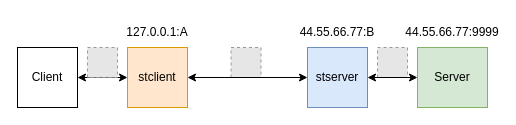
The draw.io diagram page "connection_with_stunnel" (2 of 3) of doc/stunnel.drawio in 0990/stunnel, before the edit. Source tidied: cells renumbered, new cells numbered last; positions are measured from the earlier drawing's top-left corner, leaving out a move shared by most shapes. Both pictures are drawn from the tidied source at 100%, with x=0, y=0 at pixel (17, 17). Pictures stored in the file or linked from it are replaced by grey dashed boxes.
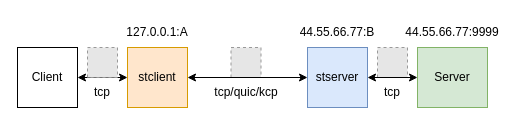
After the change.

The edit, as a diff of the source:
```diff
@@
 <mxGraphModel>
   <root>
     <mxCell id="0" />
     <mxCell id="1" parent="0" />
     <mxCell id="2" value="Client" style="rounded=0;whiteSpace=wrap;html=1;" parent="1" vertex="1">
       <mxGeometry y="30" width="60" height="60" as="geometry" />
     </mxCell>
     <mxCell id="3" value="Server" style="rounded=0;whiteSpace=wrap;html=1;fillColor=#d5e8d4;strokeColor=#82b366;" parent="1" vertex="1">
       <mxGeometry x="400" y="30" width="70" height="60" as="geometry" />
     </mxCell>
     <mxCell id="4" value="44.55.66.77:9999" style="text;html=1;strokeColor=none;fillColor=none;align=center;verticalAlign=middle;whiteSpace=wrap;rounded=0;" parent="1" vertex="1">
       <mxGeometry x="405" width="60" height="30" as="geometry" />
     </mxCell>
     <mxCell id="5" style="fillColor=#E6E6E6;strokeColor=#999999;dashed=1;html=1;verticalAlign=top;verticalLabelPosition=bottom;labelBackgroundColor=#ffffff;" parent="1" vertex="1">
       <mxGeometry x="360" y="30" width="30" height="30" as="geometry" />
     </mxCell>
     <mxCell id="6" value="stclient" style="rounded=0;whiteSpace=wrap;html=1;fillColor=#ffe6cc;strokeColor=#d79b00;" parent="1" vertex="1">
       <mxGeometry x="110" y="30" width="60" height="60" as="geometry" />
     </mxCell>
     <mxCell id="7" value="stserver" style="rounded=0;whiteSpace=wrap;html=1;fillColor=#dae8fc;strokeColor=#6c8ebf;" parent="1" vertex="1">
       <mxGeometry x="290" y="30" width="60" height="60" as="geometry" />
     </mxCell>
     <mxCell id="8" style="fillColor=#E6E6E6;strokeColor=#999999;dashed=1;html=1;verticalAlign=top;verticalLabelPosition=bottom;labelBackgroundColor=#ffffff;" parent="1" vertex="1">
       <mxGeometry x="213.5" y="30" width="30" height="30" as="geometry" />
     </mxCell>
     <mxCell id="9" style="endArrow=classic;startArrow=classic;html=1;rounded=0;exitX=1;exitY=0.5;exitDx=0;exitDy=0;entryX=0;entryY=0.5;entryDx=0;entryDy=0;" parent="1" edge="1" source="2" target="6">
       <mxGeometry relative="1" as="geometry" />
     </mxCell>
     <mxCell id="10" style="fillColor=#E6E6E6;strokeColor=#999999;dashed=1;html=1;verticalAlign=top;verticalLabelPosition=bottom;labelBackgroundColor=#ffffff;" parent="1" vertex="1">
       <mxGeometry x="70" y="30" width="30" height="30" as="geometry" />
     </mxCell>
     <mxCell id="11" style="endArrow=classic;startArrow=classic;html=1;rounded=0;entryX=0;entryY=0.5;entryDx=0;entryDy=0;exitX=1;exitY=0.5;exitDx=0;exitDy=0;" parent="1" edge="1" source="7" target="3">
       <mxGeometry relative="1" as="geometry" />
     </mxCell>
     <mxCell id="12" style="endArrow=classic;startArrow=classic;html=1;rounded=0;exitX=1;exitY=0.5;exitDx=0;exitDy=0;entryX=0;entryY=0.5;entryDx=0;entryDy=0;" parent="1" edge="1" source="6" target="7">
       <mxGeometry relative="1" as="geometry" />
     </mxCell>
     <mxCell id="13" value="44.55.66.77:B" style="text;html=1;strokeColor=none;fillColor=none;align=center;verticalAlign=middle;whiteSpace=wrap;rounded=0;" parent="1" vertex="1">
       <mxGeometry x="290" width="60" height="30" as="geometry" />
     </mxCell>
     <mxCell id="14" value="127.0.0.1:A" style="text;html=1;strokeColor=none;fillColor=none;align=center;verticalAlign=middle;whiteSpace=wrap;rounded=0;" parent="1" vertex="1">
       <mxGeometry x="110" width="60" height="30" as="geometry" />
     </mxCell>
+    <mxCell id="15" value="tcp" style="text;html=1;strokeColor=none;fillColor=none;align=center;verticalAlign=middle;whiteSpace=wrap;rounded=0;" parent="1" vertex="1">
+      <mxGeometry x="55" y="60" width="60" height="30" as="geometry" />
+    </mxCell>
+    <mxCell id="16" value="tcp" style="text;html=1;strokeColor=none;fillColor=none;align=center;verticalAlign=middle;whiteSpace=wrap;rounded=0;" parent="1" vertex="1">
+      <mxGeometry x="345" y="60" width="60" height="30" as="geometry" />
+    </mxCell>
+    <mxCell id="17" value="tcp/quic/kcp" style="text;html=1;strokeColor=none;fillColor=none;align=center;verticalAlign=middle;whiteSpace=wrap;rounded=0;" parent="1" vertex="1">
+      <mxGeometry x="183.5" y="60" width="90" height="30" as="geometry" />
+    </mxCell>
   </root>
 </mxGraphModel>
```
